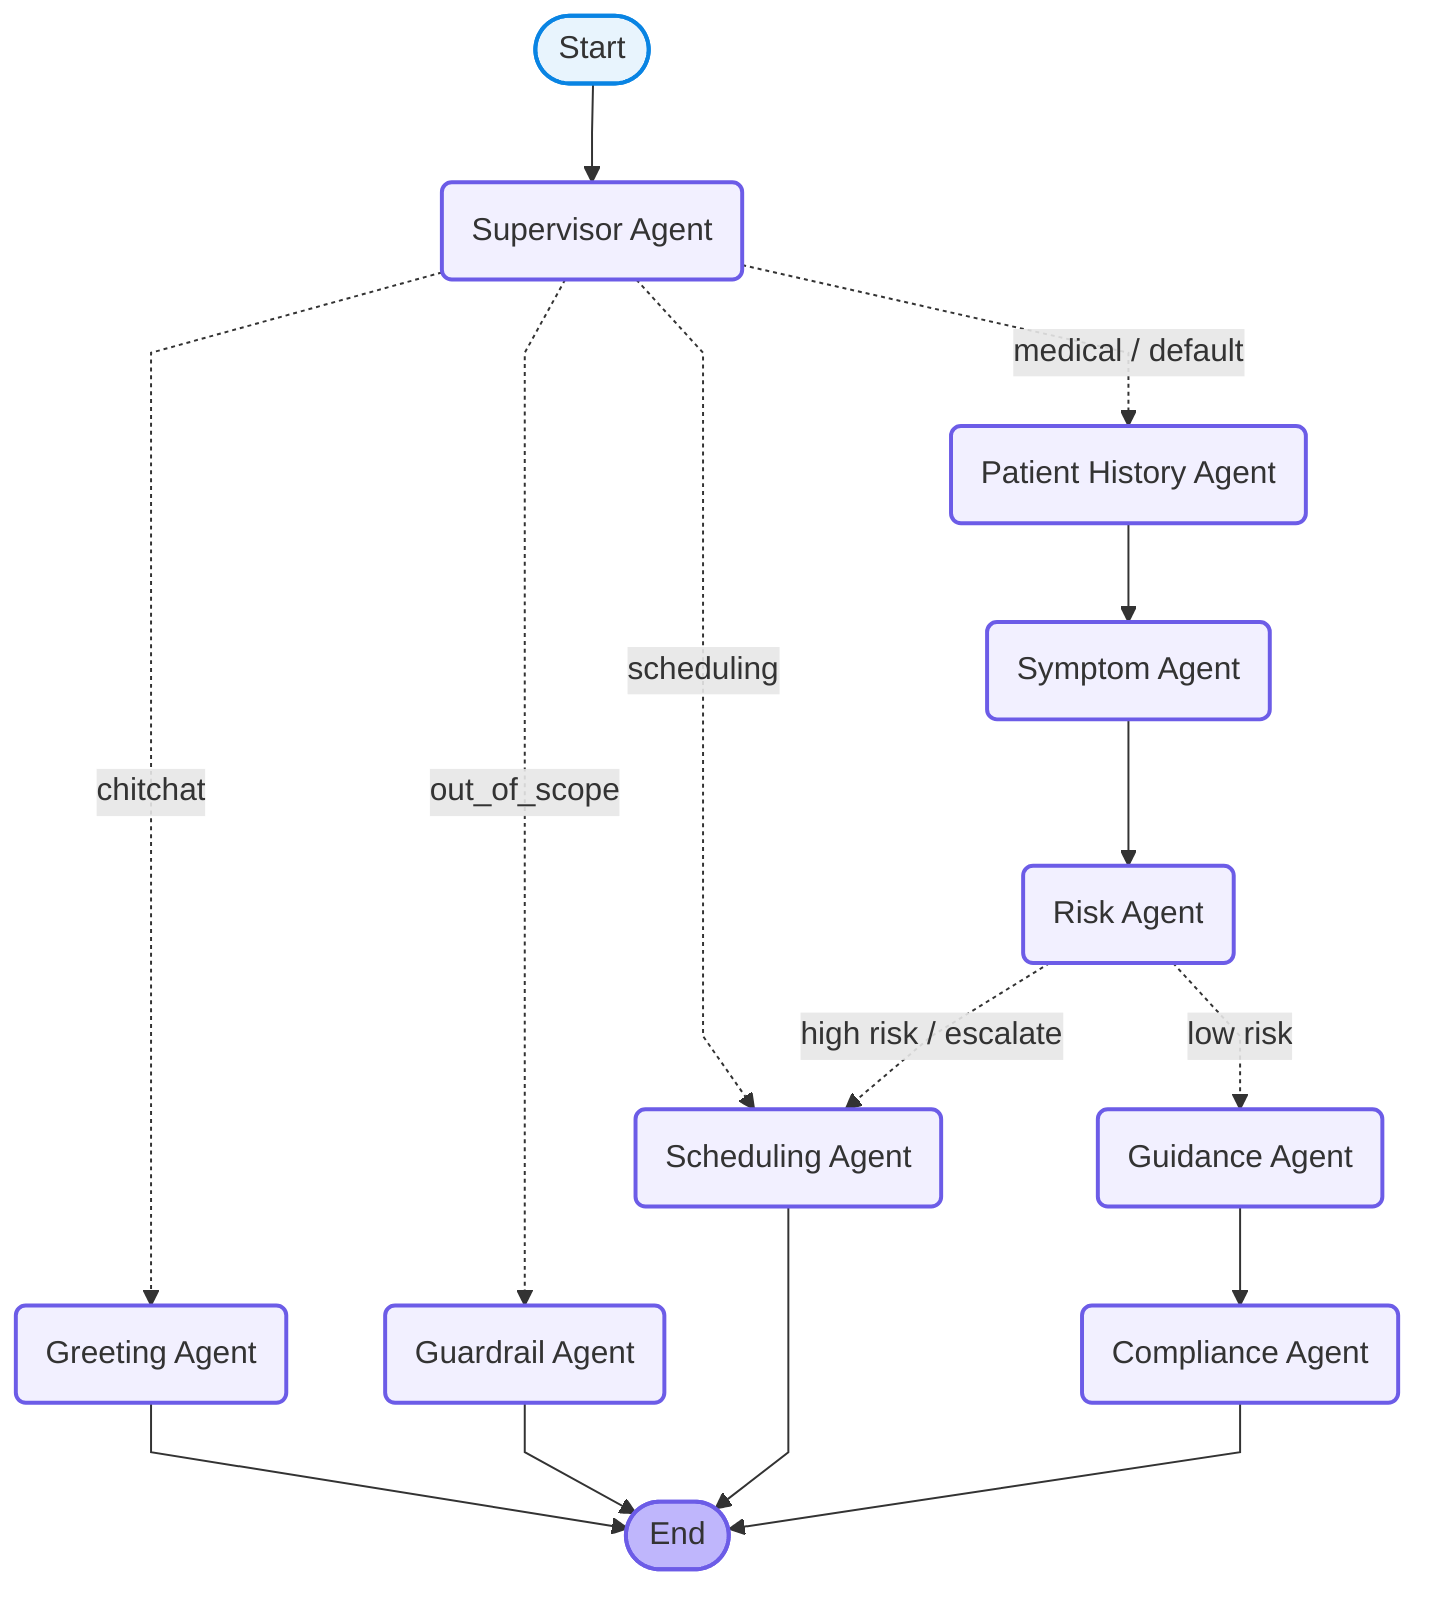
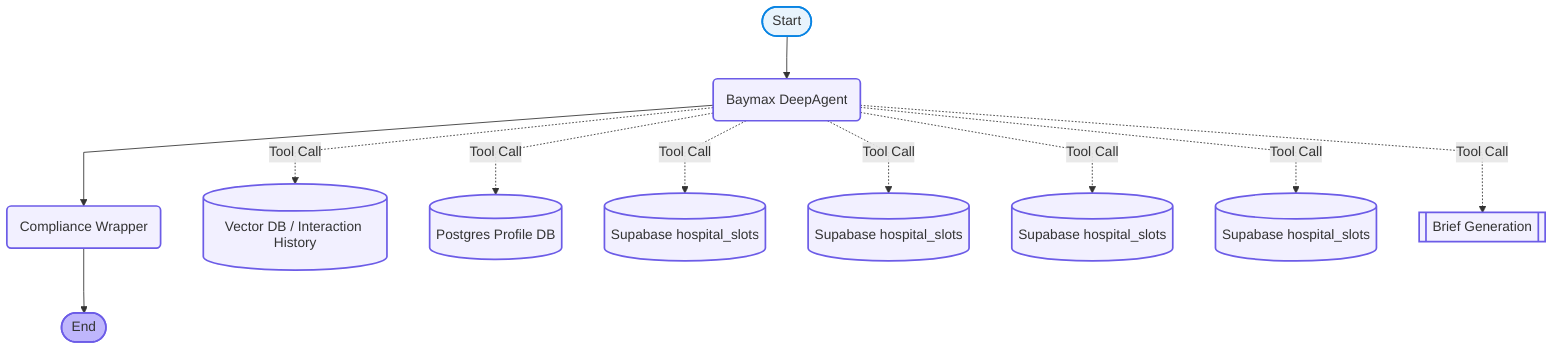
---
config:
  flowchart:
    curve: linear
---
graph TD;
	__start__([Start]):::first
- 	supervisor(Supervisor Agent)
- 	greeting(Greeting Agent)
- 	guardrail(Guardrail Agent)
- 	history(Patient History Agent)
- 	symptom(Symptom Agent)
- 	risk(Risk Agent)
- 	guidance(Guidance Agent)
- 	compliance(Compliance Agent)
- 	scheduling(Scheduling Agent)
+ 	baymax_agent(Baymax DeepAgent)
+ 	compliance_wrapper(Compliance Wrapper)
	__end__([End]):::last

- 	__start__ --> supervisor;
+ 	__start__ --> baymax_agent;

- 	%% Conditional Routing from Supervisor
- 	supervisor -.->|chitchat| greeting;
- 	supervisor -.->|out_of_scope| guardrail;
- 	supervisor -.->|scheduling| scheduling;
- 	supervisor -.->|medical / default| history;
+ 	%% DeepAgent handles all reasoning and tool calling internally
+ 	baymax_agent -.->|Tool Call| search_patient_records[(Vector DB / Interaction History)];
+ 	baymax_agent -.->|Tool Call| get_patient_profile[(Postgres Profile DB)];
+ 	baymax_agent -.->|Tool Call| get_available_slots[(Supabase hospital_slots)];
+ 	baymax_agent -.->|Tool Call| book_appointment[(Supabase hospital_slots)];
+ 	baymax_agent -.->|Tool Call| get_my_appointments[(Supabase hospital_slots)];
+ 	baymax_agent -.->|Tool Call| cancel_appointment[(Supabase hospital_slots)];
+ 	baymax_agent -.->|Tool Call| generate_brief_for_doctor[[Brief Generation]];

- 	%% Medical Triage Pipeline
- 	history --> symptom;
- 	symptom --> risk;
- 
- 	%% Conditional Routing from Risk Agent
- 	risk -.->|high risk / escalate| scheduling;
- 	risk -.->|low risk| guidance;
- 
- 	%% Guidance & Compliance Pipeline
- 	guidance --> compliance;
- 	compliance --> __end__;
- 
- 	%% Terminal Nodes
- 	scheduling --> __end__;
- 	greeting --> __end__;
- 	guardrail --> __end__;
+ 	baymax_agent --> compliance_wrapper;
+ 	compliance_wrapper --> __end__;

	classDef default fill:#f2f0ff,stroke:#6c5ce7,stroke-width:2px,line-height:1.2;
	classDef first fill:#e8f4fd,stroke:#0984e3,stroke-width:2px;
	classDef last fill:#bfb6fc,stroke:#6c5ce7,stroke-width:2px;
